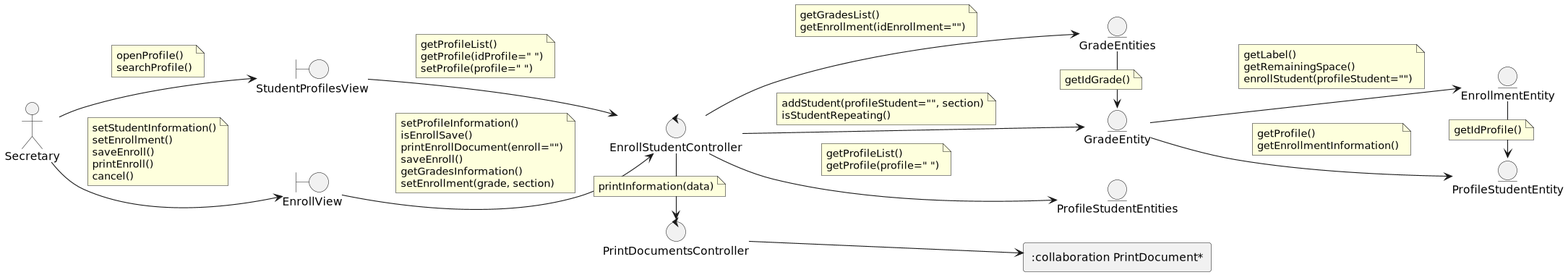
Above: out/DesignView/AnalysisView/UseCaseAnalysis/CU01.EnrollStudent/Collaboration.CU01.Analysis.png in wsmcbl/wsmcbl.doc (PlantUML), before the change.
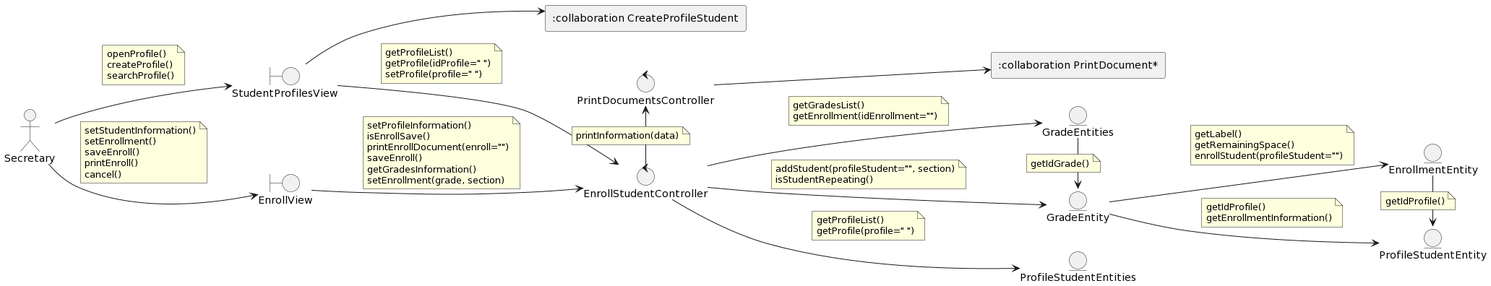
After the change.

Commit message:
Feat: updates analysis use case CU01    Refs: #8

Change to the diagram source:
```diff
@@ -16,11 +16,13 @@
 entity GradeEntity
 
 rectangle ":collaboration PrintDocument*"
+rectangle ":collaboration CreateProfileStudent"
 
 
 Secretary --> StudentProfilesView
 note on link
     openProfile()
+    createProfile()
     searchProfile()
 end note
 
@@ -40,6 +42,8 @@
     getProfile(idProfile=" ")
     setProfile(profile=" ")
 end note
+
+StudentProfilesView --> ":collaboration CreateProfileStudent"
 
 EnrollView --> EnrollStudentController
 note on link
@@ -96,8 +100,7 @@
 
 GradeEntity --> ProfileStudentEntity
 note on link
-    getProfile()
+    getIdProfile()
     getEnrollmentInformation()
 end note
-
 @enduml
```
